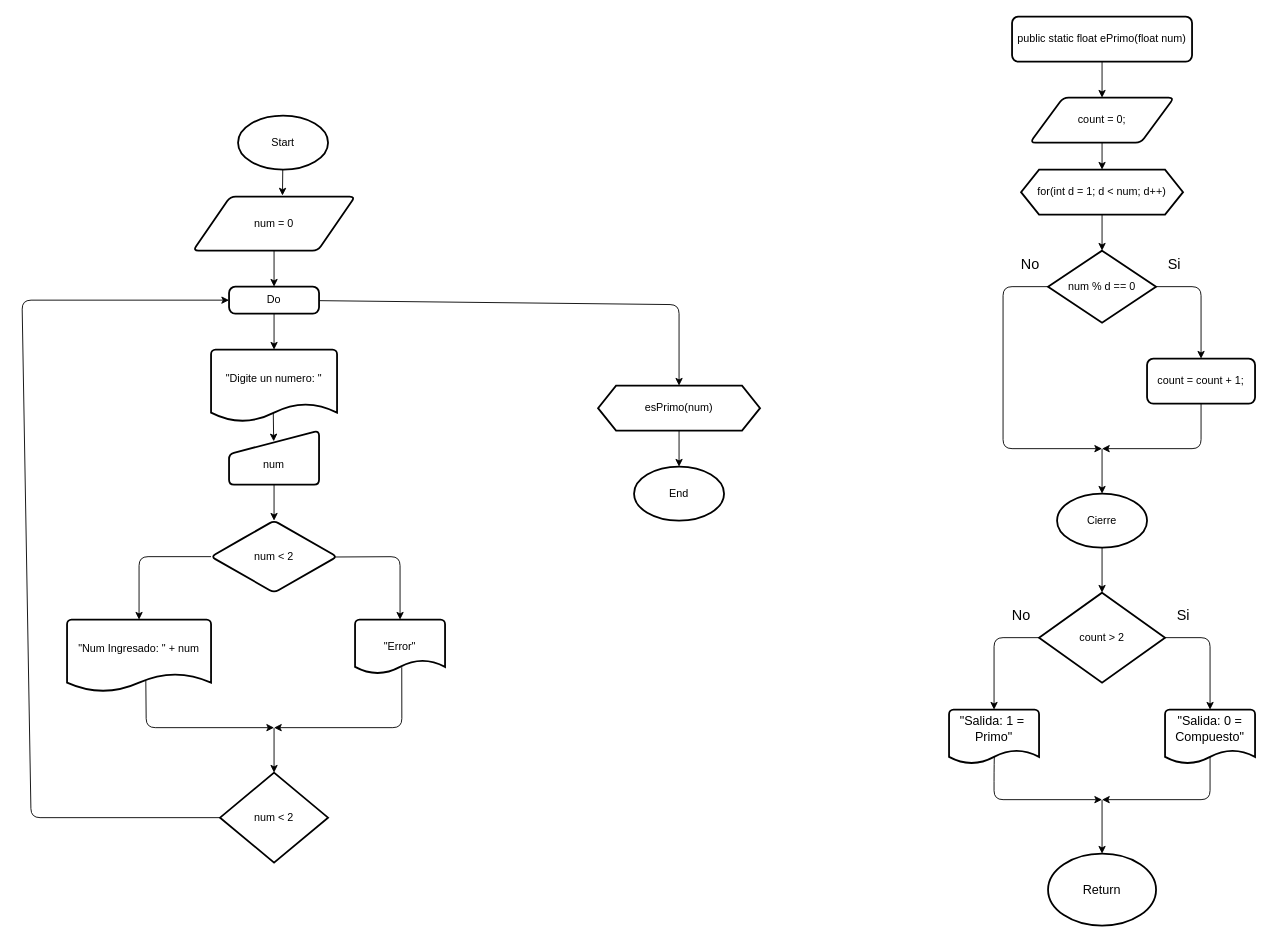
The draw.io diagram DeterminarSiUnNumeroEsPrimo.drawio in AnthonyLozadaAlexander/DiagramaDeFlujos, before the edit. Source tidied: cells renumbered, new cells numbered last; positions are measured from the earlier drawing's top-left corner, leaving out a move shared by most shapes. Both pictures are drawn from the tidied source at 90%, with x=0, y=0 at pixel (22, 16).
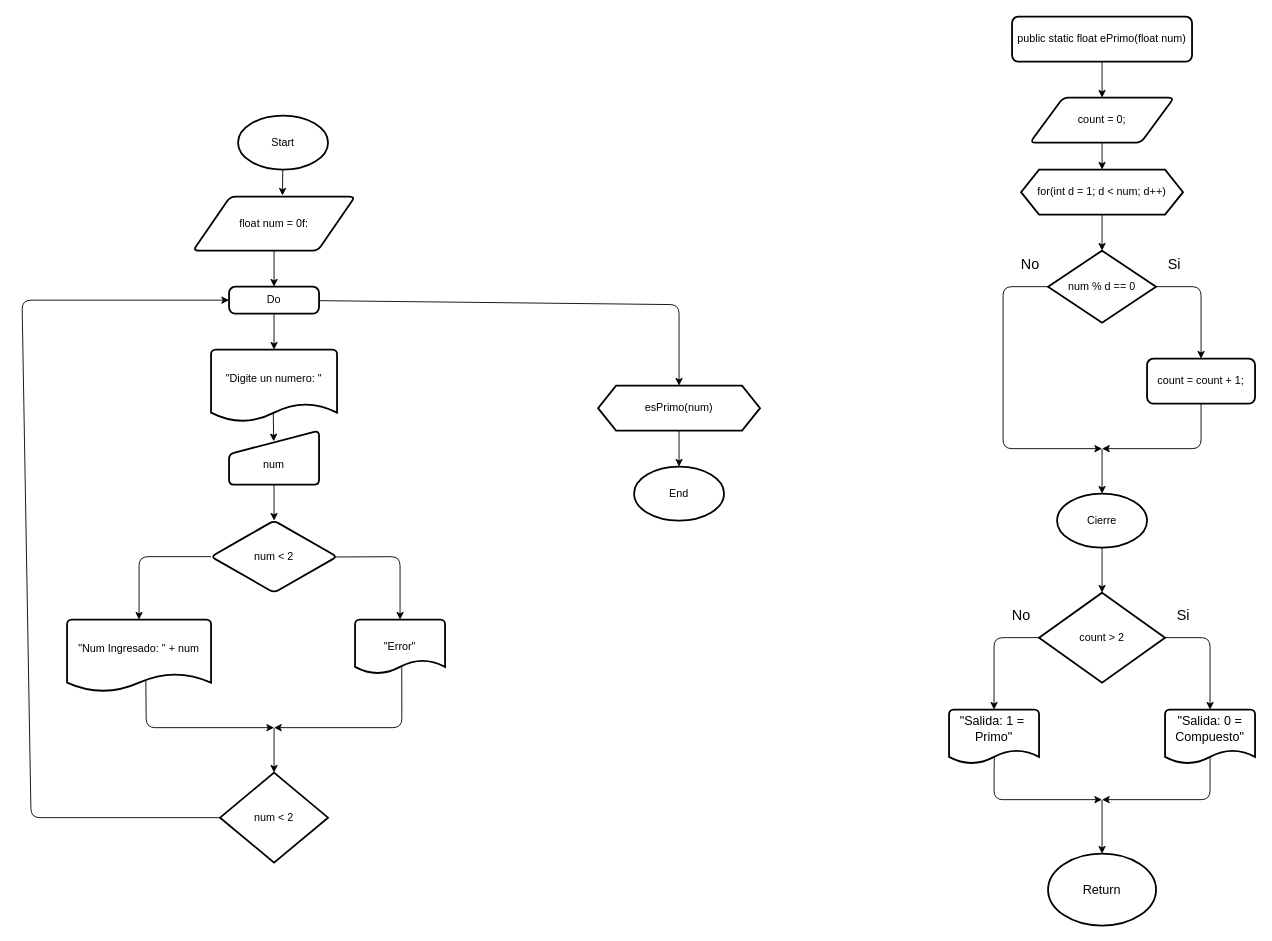
The same page after the edit.

Commit message:
Actualizar el diagrama de flujo para corregir el tipo de variable de 'num' a 'float num = 0f'.

Change to the diagram source:
```diff
@@
-    <mxCell id="4" value="num = 0" style="shape=parallelogram;html=1;strokeWidth=2;perimeter=parallelogramPerimeter;whiteSpace=wrap;rounded=1;arcSize=12;size=0.23;" parent="1" vertex="1">
+    <mxCell id="4" value="float num = 0f:" style="shape=parallelogram;html=1;strokeWidth=2;perimeter=parallelogramPerimeter;whiteSpace=wrap;rounded=1;arcSize=12;size=0.23;" parent="1" vertex="1">
       <mxGeometry x="190" y="200" width="180" height="60" as="geometry" />
     </mxCell>
```
